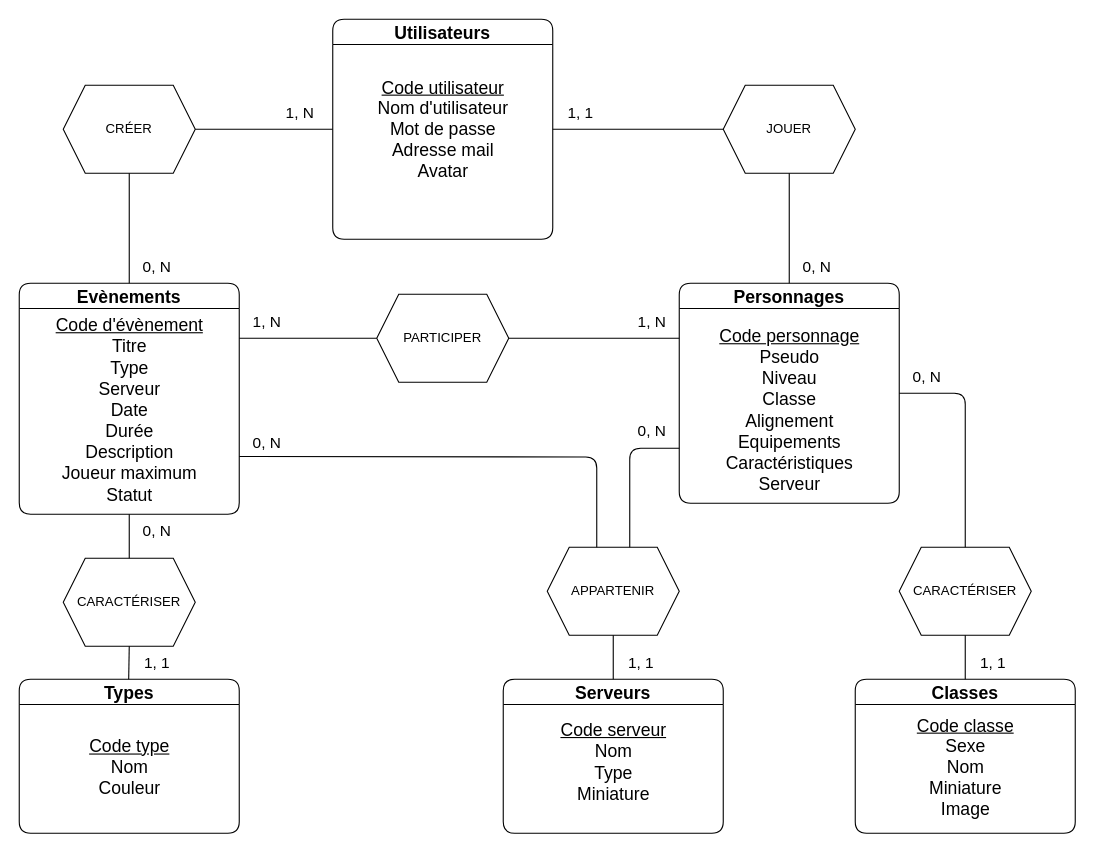
This is docs/database/MCD.drawio from AlexandreDejour/DofusGroup, a draw.io file, before an edit. Source tidied: cells renumbered, new cells numbered last; positions are measured from the earlier drawing's top-left corner, leaving out a move shared by most shapes. Both pictures are drawn from the tidied source at 110%, with x=0, y=0 at pixel (19, 19).
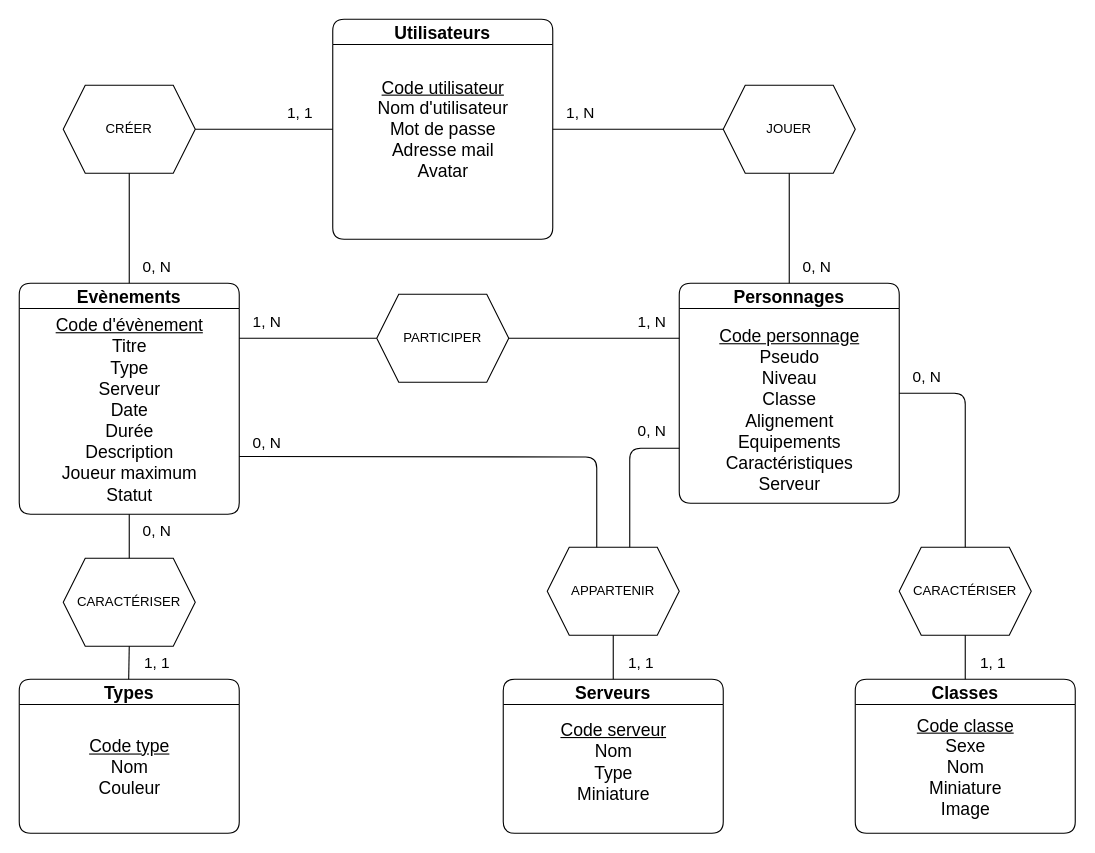
The same page after the edit.

The edit, as a diff of the source:
```diff
@@
-    <mxCell id="38" value="&lt;font style=&quot;font-size: 14px;&quot;&gt;1, 1&lt;/font&gt;" style="text;html=1;align=center;verticalAlign=middle;strokeColor=none;fillColor=none;" parent="1" vertex="1">
+    <mxCell id="38" value="&lt;font style=&quot;font-size: 14px;&quot;&gt;1, N&lt;/font&gt;" style="text;html=1;align=center;verticalAlign=middle;strokeColor=none;fillColor=none;" parent="1" vertex="1">
       <mxGeometry x="485" y="70" width="50" height="30" as="geometry" />
     </mxCell>
-    <mxCell id="39" value="&lt;font style=&quot;font-size: 14px;&quot;&gt;1, N&lt;/font&gt;" style="text;html=1;align=center;verticalAlign=middle;strokeColor=none;fillColor=none;" parent="1" vertex="1">
+    <mxCell id="39" value="&lt;font style=&quot;font-size: 14px;&quot;&gt;1, 1&lt;/font&gt;" style="text;html=1;align=center;verticalAlign=middle;strokeColor=none;fillColor=none;" parent="1" vertex="1">
       <mxGeometry x="230" y="70" width="50" height="30" as="geometry" />
     </mxCell>
```
